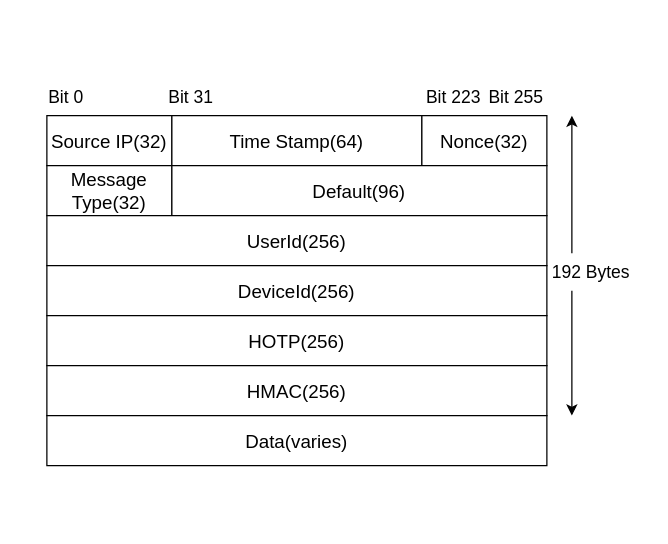
Before: testDirectory/SPA数据包格式.drawio in Moose1273/-, a draw.io diagram. Source tidied: cells renumbered, new cells numbered last; positions are measured from the earlier drawing's top-left corner, leaving out a move shared by most shapes. Both pictures are drawn from the tidied source at 125%, with x=0, y=0 at pixel (34, 78).
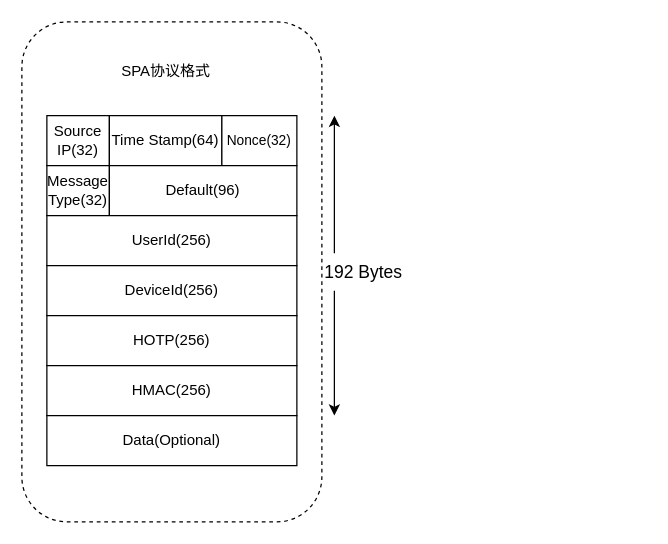
The same page after the edit.

Commit message:
更新SPA数据包格式.drawio

The edit, as a diff of the source:
```diff
@@
+    <mxCell id="19" style="rounded=1;whiteSpace=wrap;html=1;dashed=1;" parent="1" vertex="1">
+      <mxGeometry x="-10" y="-45" width="240" height="400" as="geometry" />
+    </mxCell>
-    <mxCell id="2" value="&lt;font style=&quot;font-size: 15px;&quot;&gt;Source IP(32)&lt;/font&gt;" style="rounded=0;whiteSpace=wrap;html=1;" parent="1" vertex="1">
-      <mxGeometry x="10" y="30" width="100" height="40" as="geometry" />
+    <mxCell id="2" value="&lt;font style=&quot;font-size: 12px;&quot;&gt;Source IP(32)&lt;/font&gt;" style="rounded=0;whiteSpace=wrap;html=1;" parent="1" vertex="1">
+      <mxGeometry x="10" y="30" width="50" height="40" as="geometry" />
     </mxCell>
-    <mxCell id="3" value="&lt;font style=&quot;font-size: 15px;&quot;&gt;Time Stamp(64)&lt;/font&gt;" style="rounded=0;whiteSpace=wrap;html=1;" parent="1" vertex="1">
-      <mxGeometry x="110" y="30" width="200" height="40" as="geometry" />
+    <mxCell id="3" value="&lt;font style=&quot;font-size: 12px;&quot;&gt;Time Stamp(64)&lt;/font&gt;" style="rounded=0;whiteSpace=wrap;html=1;" parent="1" vertex="1">
+      <mxGeometry x="60" y="30" width="90" height="40" as="geometry" />
     </mxCell>
-    <mxCell id="4" value="&lt;font style=&quot;font-size: 15px;&quot;&gt;Nonce(32)&lt;/font&gt;" style="rounded=0;whiteSpace=wrap;html=1;" parent="1" vertex="1">
-      <mxGeometry x="310" y="30" width="100" height="40" as="geometry" />
+    <mxCell id="4" value="&lt;font style=&quot;font-size: 11px;&quot;&gt;Nonce(32)&lt;/font&gt;" style="rounded=0;whiteSpace=wrap;html=1;" parent="1" vertex="1">
+      <mxGeometry x="150" y="30" width="60" height="40" as="geometry" />
     </mxCell>
-    <mxCell id="5" value="&lt;font style=&quot;font-size: 15px;&quot;&gt;Message Type(32)&lt;/font&gt;" style="rounded=0;whiteSpace=wrap;html=1;" parent="1" vertex="1">
-      <mxGeometry x="10" y="70" width="100" height="40" as="geometry" />
+    <mxCell id="5" value="&lt;font style=&quot;font-size: 12px;&quot;&gt;Message Type(32)&lt;/font&gt;" style="rounded=0;whiteSpace=wrap;html=1;" parent="1" vertex="1">
+      <mxGeometry x="10" y="70" width="50" height="40" as="geometry" />
     </mxCell>
-    <mxCell id="6" value="&lt;font style=&quot;font-size: 15px;&quot;&gt;Default(96)&lt;/font&gt;" style="rounded=0;whiteSpace=wrap;html=1;" parent="1" vertex="1">
-      <mxGeometry x="110" y="70" width="300" height="40" as="geometry" />
+    <mxCell id="6" value="&lt;font style=&quot;font-size: 12px;&quot;&gt;Default(96)&lt;/font&gt;" style="rounded=0;whiteSpace=wrap;html=1;" parent="1" vertex="1">
+      <mxGeometry x="60" y="70" width="150" height="40" as="geometry" />
     </mxCell>
-    <mxCell id="7" value="&lt;font style=&quot;font-size: 15px;&quot;&gt;UserId(256)&lt;/font&gt;" style="rounded=0;whiteSpace=wrap;html=1;" parent="1" vertex="1">
-      <mxGeometry x="10" y="110" width="400" height="40" as="geometry" />
+    <mxCell id="7" value="&lt;font style=&quot;font-size: 12px;&quot;&gt;UserId(256)&lt;/font&gt;" style="rounded=0;whiteSpace=wrap;html=1;" parent="1" vertex="1">
+      <mxGeometry x="10" y="110" width="200" height="40" as="geometry" />
     </mxCell>
-    <mxCell id="8" value="&lt;font style=&quot;font-size: 15px;&quot;&gt;DeviceId(256)&lt;/font&gt;" style="rounded=0;whiteSpace=wrap;html=1;" parent="1" vertex="1">
-      <mxGeometry x="10" y="150" width="400" height="40" as="geometry" />
+    <mxCell id="8" value="&lt;font style=&quot;font-size: 12px;&quot;&gt;DeviceId(256)&lt;/font&gt;" style="rounded=0;whiteSpace=wrap;html=1;" parent="1" vertex="1">
+      <mxGeometry x="10" y="150" width="200" height="40" as="geometry" />
     </mxCell>
-    <mxCell id="9" value="&lt;font style=&quot;font-size: 15px;&quot;&gt;HOTP(256)&lt;/font&gt;" style="rounded=0;whiteSpace=wrap;html=1;" parent="1" vertex="1">
-      <mxGeometry x="10" y="190" width="400" height="40" as="geometry" />
+    <mxCell id="9" value="&lt;font style=&quot;font-size: 12px;&quot;&gt;HOTP(256)&lt;/font&gt;" style="rounded=0;whiteSpace=wrap;html=1;" parent="1" vertex="1">
+      <mxGeometry x="10" y="190" width="200" height="40" as="geometry" />
     </mxCell>
-    <mxCell id="10" value="&lt;font style=&quot;font-size: 15px;&quot;&gt;HMAC(256)&lt;/font&gt;" style="rounded=0;whiteSpace=wrap;html=1;" parent="1" vertex="1">
-      <mxGeometry x="10" y="230" width="400" height="40" as="geometry" />
+    <mxCell id="10" value="&lt;font style=&quot;font-size: 12px;&quot;&gt;HMAC(256)&lt;/font&gt;" style="rounded=0;whiteSpace=wrap;html=1;" parent="1" vertex="1">
+      <mxGeometry x="10" y="230" width="200" height="40" as="geometry" />
     </mxCell>
-    <mxCell id="11" value="&lt;font style=&quot;font-size: 15px;&quot;&gt;Data(varies)&lt;/font&gt;" style="rounded=0;whiteSpace=wrap;html=1;" parent="1" vertex="1">
-      <mxGeometry x="10" y="270" width="400" height="40" as="geometry" />
+    <mxCell id="11" value="&lt;font style=&quot;font-size: 12px;&quot;&gt;Data(Optional)&lt;/font&gt;" style="rounded=0;whiteSpace=wrap;html=1;" parent="1" vertex="1">
+      <mxGeometry x="10" y="270" width="200" height="40" as="geometry" />
     </mxCell>
-    <mxCell id="12" value="&lt;font style=&quot;font-size: 14px;&quot;&gt;Bit 0&lt;/font&gt;" style="text;html=1;align=center;verticalAlign=middle;strokeColor=none;fillColor=none;" parent="1" vertex="1">
-      <mxGeometry width="50" height="30" as="geometry" />
-    </mxCell>
-    <mxCell id="13" value="&lt;font style=&quot;font-size: 14px;&quot;&gt;Bit 31&lt;/font&gt;" style="text;html=1;align=center;verticalAlign=middle;strokeColor=none;fillColor=none;" parent="1" vertex="1">
-      <mxGeometry x="95" width="60" height="30" as="geometry" />
-    </mxCell>
-    <mxCell id="14" value="&lt;font style=&quot;font-size: 14px;&quot;&gt;Bit 255&lt;/font&gt;" style="text;html=1;align=center;verticalAlign=middle;strokeColor=none;fillColor=none;" parent="1" vertex="1">
-      <mxGeometry x="350" width="70" height="30" as="geometry" />
-    </mxCell>
-    <mxCell id="15" value="&lt;font style=&quot;font-size: 14px;&quot;&gt;Bit 223&lt;/font&gt;" style="text;html=1;align=center;verticalAlign=middle;strokeColor=none;fillColor=none;" parent="1" vertex="1">
-      <mxGeometry x="300" width="70" height="30" as="geometry" />
-    </mxCell>
     <mxCell id="16" style="endArrow=classic;html=1;rounded=0;" parent="1" edge="1">
       <mxGeometry relative="1" as="geometry">
-        <mxPoint x="430" y="140" as="sourcePoint" />
-        <mxPoint x="430" y="30" as="targetPoint" />
+        <mxPoint x="240" y="140" as="sourcePoint" />
+        <mxPoint x="240" y="30" as="targetPoint" />
       </mxGeometry>
     </mxCell>
     <mxCell id="17" value="&lt;font style=&quot;font-size: 14px;&quot;&gt;192 Bytes&lt;/font&gt;" style="text;html=1;align=center;verticalAlign=middle;strokeColor=none;fillColor=none;" parent="1" vertex="1">
-      <mxGeometry x="400" y="140" width="90" height="30" as="geometry" />
+      <mxGeometry x="218" y="140" width="90" height="30" as="geometry" />
     </mxCell>
     <mxCell id="18" style="endArrow=classic;html=1;rounded=0;" parent="1" edge="1">
       <mxGeometry relative="1" as="geometry">
-        <mxPoint x="430" y="170" as="sourcePoint" />
-        <mxPoint x="430" y="270" as="targetPoint" />
+        <mxPoint x="240" y="170" as="sourcePoint" />
+        <mxPoint x="240" y="270" as="targetPoint" />
       </mxGeometry>
     </mxCell>
+    <mxCell id="20" value="SPA协议格式" style="text;html=1;align=center;verticalAlign=middle;strokeColor=none;fillColor=none;" parent="1" vertex="1">
+      <mxGeometry x="60" y="-20" width="90" height="30" as="geometry" />
+    </mxCell>
```
